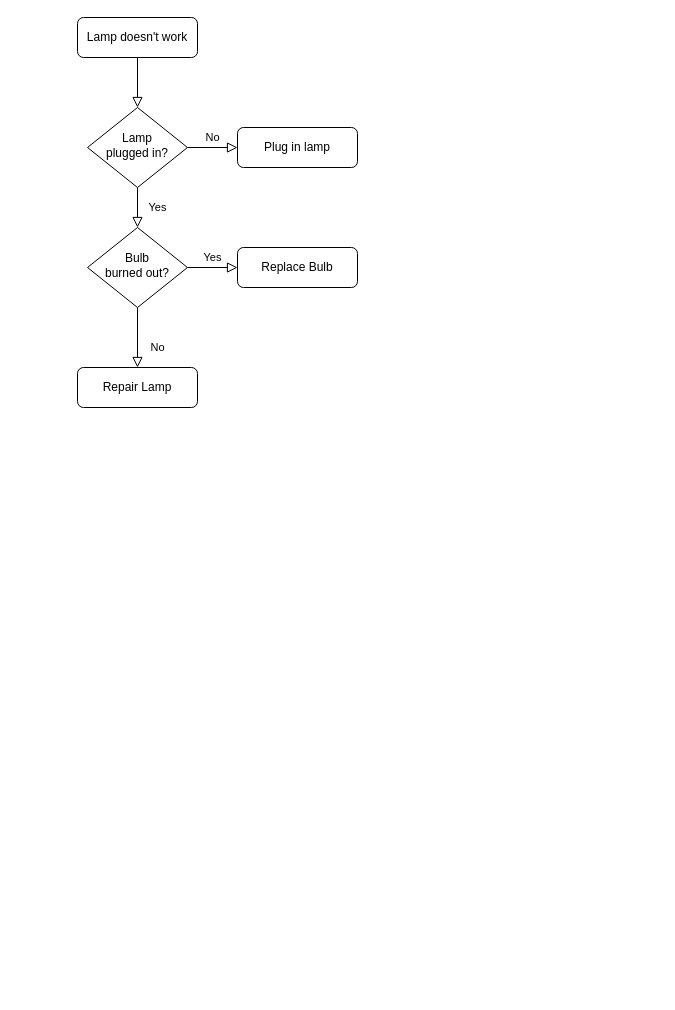
The draw.io diagram images/公務車租借流程.drawio in merosun/windows, before the edit. Source tidied: cells renumbered, new cells numbered last; positions are measured from the earlier drawing's top-left corner, leaving out a move shared by most shapes. Both pictures are drawn from the tidied source at 100%, with x=0, y=0 at pixel (77, 17).
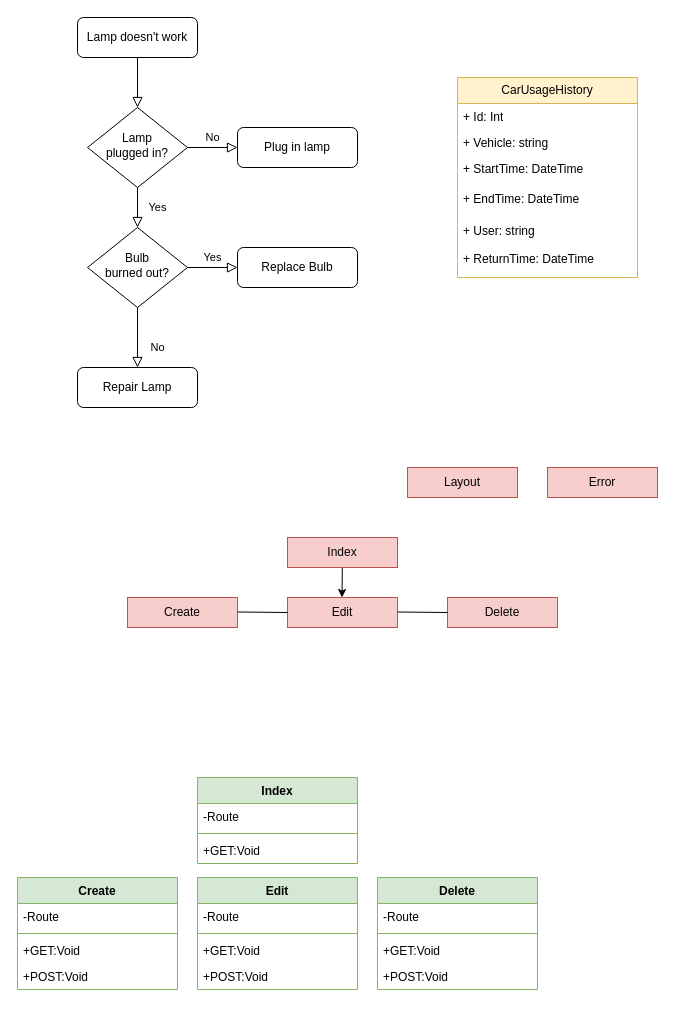
The same page after the edit.

Commit message (it also covers changes not shown here):
更新公務車租借流程.drawio

Diff of the diagram source:
```diff
@@
+    <mxCell id="13" value="CarUsageHistory" style="swimlane;fontStyle=0;horizontal=1;startSize=26;fillColor=#fff2cc;whiteSpace=wrap;html=1;strokeColor=#d6b656;" parent="1" vertex="1">
+      <mxGeometry x="380" y="60" width="180" height="200" as="geometry" />
+    </mxCell>
+    <mxCell id="14" value="+ Id: Int" style="text;strokeColor=none;fillColor=none;align=left;verticalAlign=top;spacingLeft=4;spacingRight=4;overflow=hidden;whiteSpace=wrap;html=1;" parent="13" vertex="1">
+      <mxGeometry y="26" width="180" height="26" as="geometry" />
+    </mxCell>
+    <mxCell id="15" value="+ Vehicle: string" style="text;strokeColor=none;fillColor=none;align=left;verticalAlign=top;spacingLeft=4;spacingRight=4;overflow=hidden;whiteSpace=wrap;html=1;" parent="13" vertex="1">
+      <mxGeometry y="52" width="180" height="26" as="geometry" />
+    </mxCell>
+    <mxCell id="16" value="+ StartTime: DateTime" style="text;strokeColor=none;fillColor=none;align=left;verticalAlign=top;spacingLeft=4;spacingRight=4;overflow=hidden;whiteSpace=wrap;html=1;" parent="13" vertex="1">
+      <mxGeometry y="78" width="180" height="30" as="geometry" />
+    </mxCell>
+    <mxCell id="17" value="+ EndTime: DateTime" style="text;strokeColor=none;fillColor=none;align=left;verticalAlign=top;spacingLeft=4;spacingRight=4;overflow=hidden;whiteSpace=wrap;html=1;" parent="13" vertex="1">
+      <mxGeometry y="108" width="180" height="32" as="geometry" />
+    </mxCell>
+    <mxCell id="18" value="+ User: string" style="text;strokeColor=none;fillColor=none;align=left;verticalAlign=top;spacingLeft=4;spacingRight=4;overflow=hidden;whiteSpace=wrap;html=1;" parent="13" vertex="1">
+      <mxGeometry y="140" width="180" height="28" as="geometry" />
+    </mxCell>
+    <mxCell id="19" value="+ ReturnTime: DateTime" style="text;strokeColor=none;fillColor=none;align=left;verticalAlign=top;spacingLeft=4;spacingRight=4;overflow=hidden;whiteSpace=wrap;html=1;" parent="13" vertex="1">
+      <mxGeometry y="168" width="180" height="32" as="geometry" />
+    </mxCell>
+    <mxCell id="20" value="Create" style="html=1;whiteSpace=wrap;fillColor=#f8cecc;strokeColor=#b85450;" parent="1" vertex="1">
+      <mxGeometry x="50" y="580" width="110" height="30" as="geometry" />
+    </mxCell>
+    <mxCell id="21" style="endArrow=classic;html=1;rounded=0;" parent="1" edge="1" source="29">
+      <mxGeometry relative="1" as="geometry">
+        <mxPoint x="264.5" y="580" as="targetPoint" />
+      </mxGeometry>
+    </mxCell>
+    <mxCell id="22" value="Layout" style="html=1;whiteSpace=wrap;fillColor=#f8cecc;strokeColor=#b85450;" parent="1" vertex="1">
+      <mxGeometry x="330" y="450" width="110" height="30" as="geometry" />
+    </mxCell>
+    <mxCell id="23" value="Edit" style="html=1;whiteSpace=wrap;fillColor=#f8cecc;strokeColor=#b85450;" parent="1" vertex="1">
+      <mxGeometry x="210" y="580" width="110" height="30" as="geometry" />
+    </mxCell>
+    <mxCell id="24" value="Delete" style="html=1;whiteSpace=wrap;fillColor=#f8cecc;strokeColor=#b85450;" parent="1" vertex="1">
+      <mxGeometry x="370" y="580" width="110" height="30" as="geometry" />
+    </mxCell>
+    <mxCell id="25" style="endArrow=none;html=1;rounded=0;entryX=0;entryY=0.5;entryDx=0;entryDy=0;" parent="1" edge="1" target="23">
+      <mxGeometry relative="1" as="geometry">
+        <mxPoint x="160" y="594.5" as="sourcePoint" />
+      </mxGeometry>
+    </mxCell>
+    <mxCell id="26" style="endArrow=none;html=1;rounded=0;entryX=0;entryY=0.5;entryDx=0;entryDy=0;" parent="1" edge="1">
+      <mxGeometry relative="1" as="geometry">
+        <mxPoint x="320" y="594.5" as="sourcePoint" />
+        <mxPoint x="370" y="595" as="targetPoint" />
+      </mxGeometry>
+    </mxCell>
+    <mxCell id="27" value="Error" style="html=1;whiteSpace=wrap;fillColor=#f8cecc;strokeColor=#b85450;" parent="1" vertex="1">
+      <mxGeometry x="470" y="450" width="110" height="30" as="geometry" />
+    </mxCell>
+    <mxCell id="28" style="endArrow=classic;html=1;rounded=0;" parent="1" edge="1" target="29">
+      <mxGeometry relative="1" as="geometry">
+        <mxPoint x="264.5" y="530" as="sourcePoint" />
+      </mxGeometry>
+    </mxCell>
+    <mxCell id="29" value="Index" style="html=1;whiteSpace=wrap;fillColor=#f8cecc;strokeColor=#b85450;" parent="1" vertex="1">
+      <mxGeometry x="210" y="520" width="110" height="30" as="geometry" />
+    </mxCell>
+    <mxCell id="30" value="Index" style="swimlane;fontStyle=1;align=center;verticalAlign=top;horizontal=1;startSize=26;whiteSpace=wrap;html=1;fillColor=#d5e8d4;strokeColor=#82b366;" parent="1" vertex="1">
+      <mxGeometry x="120" y="760" width="160" height="86" as="geometry" />
+    </mxCell>
+    <mxCell id="31" value="-Route&lt;br&gt;" style="text;strokeColor=none;fillColor=none;align=left;verticalAlign=top;spacingLeft=4;spacingRight=4;overflow=hidden;whiteSpace=wrap;html=1;" parent="30" vertex="1">
+      <mxGeometry y="26" width="160" height="26" as="geometry" />
+    </mxCell>
+    <mxCell id="32" style="line;strokeWidth=1;fillColor=none;align=left;verticalAlign=middle;spacingTop=-1;spacingLeft=3;spacingRight=3;labelPosition=right;strokeColor=inherit;" parent="30" vertex="1">
+      <mxGeometry y="52" width="160" height="8" as="geometry" />
+    </mxCell>
+    <mxCell id="33" value="+GET:Void" style="text;strokeColor=none;fillColor=none;align=left;verticalAlign=top;spacingLeft=4;spacingRight=4;overflow=hidden;whiteSpace=wrap;html=1;" parent="30" vertex="1">
+      <mxGeometry y="60" width="160" height="26" as="geometry" />
+    </mxCell>
+    <mxCell id="34" value="Create" style="swimlane;fontStyle=1;align=center;verticalAlign=top;horizontal=1;startSize=26;whiteSpace=wrap;html=1;fillColor=#d5e8d4;strokeColor=#82b366;" parent="1" vertex="1">
+      <mxGeometry x="-60" y="860" width="160" height="112" as="geometry" />
+    </mxCell>
+    <mxCell id="35" value="-Route&lt;br&gt;" style="text;strokeColor=none;fillColor=none;align=left;verticalAlign=top;spacingLeft=4;spacingRight=4;overflow=hidden;whiteSpace=wrap;html=1;" parent="34" vertex="1">
+      <mxGeometry y="26" width="160" height="26" as="geometry" />
+    </mxCell>
+    <mxCell id="36" style="line;strokeWidth=1;fillColor=none;align=left;verticalAlign=middle;spacingTop=-1;spacingLeft=3;spacingRight=3;labelPosition=right;strokeColor=inherit;" parent="34" vertex="1">
+      <mxGeometry y="52" width="160" height="8" as="geometry" />
+    </mxCell>
+    <mxCell id="37" value="+GET:Void" style="text;strokeColor=none;fillColor=none;align=left;verticalAlign=top;spacingLeft=4;spacingRight=4;overflow=hidden;whiteSpace=wrap;html=1;" parent="34" vertex="1">
+      <mxGeometry y="60" width="160" height="26" as="geometry" />
+    </mxCell>
+    <mxCell id="38" value="+POST:Void" style="text;strokeColor=none;fillColor=none;align=left;verticalAlign=top;spacingLeft=4;spacingRight=4;overflow=hidden;whiteSpace=wrap;html=1;" parent="34" vertex="1">
+      <mxGeometry y="86" width="160" height="26" as="geometry" />
+    </mxCell>
+    <mxCell id="39" value="Edit" style="swimlane;fontStyle=1;align=center;verticalAlign=top;horizontal=1;startSize=26;whiteSpace=wrap;html=1;fillColor=#d5e8d4;strokeColor=#82b366;" parent="1" vertex="1">
+      <mxGeometry x="120" y="860" width="160" height="112" as="geometry" />
+    </mxCell>
+    <mxCell id="40" value="-Route&lt;br&gt;" style="text;strokeColor=none;fillColor=none;align=left;verticalAlign=top;spacingLeft=4;spacingRight=4;overflow=hidden;whiteSpace=wrap;html=1;" parent="39" vertex="1">
+      <mxGeometry y="26" width="160" height="26" as="geometry" />
+    </mxCell>
+    <mxCell id="41" style="line;strokeWidth=1;fillColor=none;align=left;verticalAlign=middle;spacingTop=-1;spacingLeft=3;spacingRight=3;labelPosition=right;strokeColor=inherit;" parent="39" vertex="1">
+      <mxGeometry y="52" width="160" height="8" as="geometry" />
+    </mxCell>
+    <mxCell id="42" value="+GET:Void" style="text;strokeColor=none;fillColor=none;align=left;verticalAlign=top;spacingLeft=4;spacingRight=4;overflow=hidden;whiteSpace=wrap;html=1;" parent="39" vertex="1">
+      <mxGeometry y="60" width="160" height="26" as="geometry" />
+    </mxCell>
+    <mxCell id="43" value="+POST:Void" style="text;strokeColor=none;fillColor=none;align=left;verticalAlign=top;spacingLeft=4;spacingRight=4;overflow=hidden;whiteSpace=wrap;html=1;" parent="39" vertex="1">
+      <mxGeometry y="86" width="160" height="26" as="geometry" />
+    </mxCell>
+    <mxCell id="44" value="Delete" style="swimlane;fontStyle=1;align=center;verticalAlign=top;horizontal=1;startSize=26;whiteSpace=wrap;html=1;fillColor=#d5e8d4;strokeColor=#82b366;" parent="1" vertex="1">
+      <mxGeometry x="300" y="860" width="160" height="112" as="geometry" />
+    </mxCell>
+    <mxCell id="45" value="-Route&lt;br&gt;" style="text;strokeColor=none;fillColor=none;align=left;verticalAlign=top;spacingLeft=4;spacingRight=4;overflow=hidden;whiteSpace=wrap;html=1;" parent="44" vertex="1">
+      <mxGeometry y="26" width="160" height="26" as="geometry" />
+    </mxCell>
+    <mxCell id="46" style="line;strokeWidth=1;fillColor=none;align=left;verticalAlign=middle;spacingTop=-1;spacingLeft=3;spacingRight=3;labelPosition=right;strokeColor=inherit;" parent="44" vertex="1">
+      <mxGeometry y="52" width="160" height="8" as="geometry" />
+    </mxCell>
+    <mxCell id="47" value="+GET:Void" style="text;strokeColor=none;fillColor=none;align=left;verticalAlign=top;spacingLeft=4;spacingRight=4;overflow=hidden;whiteSpace=wrap;html=1;" parent="44" vertex="1">
+      <mxGeometry y="60" width="160" height="26" as="geometry" />
+    </mxCell>
+    <mxCell id="48" value="+POST:Void" style="text;strokeColor=none;fillColor=none;align=left;verticalAlign=top;spacingLeft=4;spacingRight=4;overflow=hidden;whiteSpace=wrap;html=1;" parent="44" vertex="1">
+      <mxGeometry y="86" width="160" height="26" as="geometry" />
+    </mxCell>
```
